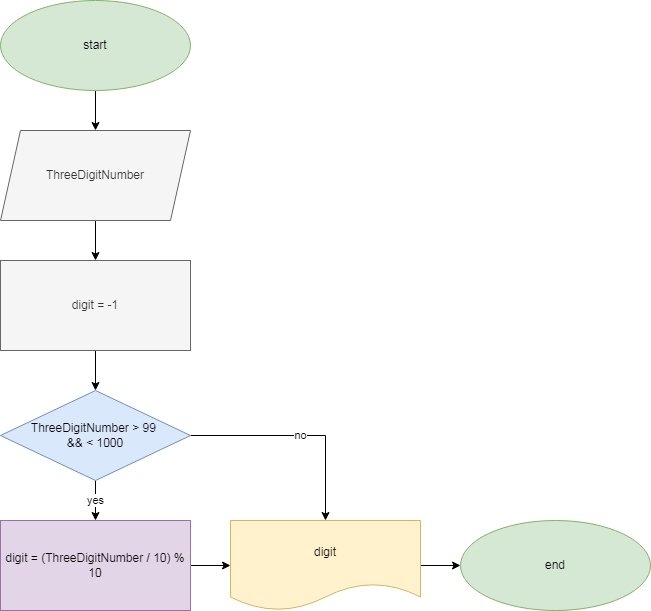
Earlier version of the draw.io export lesson002/Task002_NumberTwo/NumberTwo.drawio.png (JennysVoods/Tasks). Source tidied: cells renumbered, new cells last; positions are measured from the earlier drawing's top-left corner, leaving out a move shared by most shapes. Source of this version:
```xml
<mxGraphModel>
  <root>
    <mxCell id="0" />
    <mxCell id="1" parent="0" />
    <mxCell id="2" style="edgeStyle=orthogonalEdgeStyle;rounded=0;jettySize=auto;html=1;entryX=0.5;entryY=0;entryDx=0;entryDy=0;" parent="1" edge="1" source="3" target="5">
      <mxGeometry relative="1" as="geometry" />
    </mxCell>
    <mxCell id="3" value="start" style="ellipse;whiteSpace=wrap;html=1;fillColor=#d5e8d4;strokeColor=#82b366;" parent="1" vertex="1">
      <mxGeometry width="190" height="90" as="geometry" />
    </mxCell>
    <mxCell id="4" style="edgeStyle=orthogonalEdgeStyle;rounded=0;jettySize=auto;html=1;entryX=0.5;entryY=0;entryDx=0;entryDy=0;" parent="1" edge="1" source="5" target="15">
      <mxGeometry relative="1" as="geometry" />
    </mxCell>
    <mxCell id="5" value="ThreeDigitNumber" style="shape=parallelogram;perimeter=parallelogramPerimeter;whiteSpace=wrap;html=1;fixedSize=1;fillColor=#f5f5f5;fontColor=#333333;strokeColor=#666666;" parent="1" vertex="1">
      <mxGeometry y="130" width="190" height="90" as="geometry" />
    </mxCell>
    <mxCell id="6" value="yes" style="edgeStyle=orthogonalEdgeStyle;rounded=0;jettySize=auto;html=1;" parent="1" edge="1" source="8" target="10">
      <mxGeometry relative="1" as="geometry" />
    </mxCell>
    <mxCell id="7" value="no" style="edgeStyle=orthogonalEdgeStyle;rounded=0;jettySize=auto;html=1;entryX=0.5;entryY=0;entryDx=0;entryDy=0;" parent="1" edge="1" source="8" target="12">
      <mxGeometry relative="1" as="geometry" />
    </mxCell>
    <mxCell id="8" value="ThreeDigitNumber &amp;gt; 99 &lt;br&gt;&amp;amp;&amp;amp; &amp;lt; 1000" style="rhombus;whiteSpace=wrap;html=1;fillColor=#dae8fc;strokeColor=#6c8ebf;" parent="1" vertex="1">
      <mxGeometry y="390" width="190" height="90" as="geometry" />
    </mxCell>
    <mxCell id="9" style="edgeStyle=orthogonalEdgeStyle;rounded=0;jettySize=auto;html=1;" parent="1" edge="1" source="10" target="12">
      <mxGeometry relative="1" as="geometry" />
    </mxCell>
    <mxCell id="10" value="digit = (ThreeDigitNumber / 10) % 10" style="whiteSpace=wrap;html=1;fillColor=#e1d5e7;strokeColor=#9673a6;" parent="1" vertex="1">
      <mxGeometry y="520" width="190" height="90" as="geometry" />
    </mxCell>
    <mxCell id="11" style="edgeStyle=orthogonalEdgeStyle;rounded=0;jettySize=auto;html=1;" parent="1" edge="1" source="12" target="13">
      <mxGeometry relative="1" as="geometry" />
    </mxCell>
    <mxCell id="12" value="digit" style="shape=document;whiteSpace=wrap;html=1;boundedLbl=1;fillColor=#fff2cc;strokeColor=#d6b656;" parent="1" vertex="1">
      <mxGeometry x="230" y="520" width="190" height="90" as="geometry" />
    </mxCell>
    <mxCell id="13" value="end" style="ellipse;whiteSpace=wrap;html=1;fillColor=#d5e8d4;strokeColor=#82b366;" parent="1" vertex="1">
      <mxGeometry x="460" y="520" width="190" height="90" as="geometry" />
    </mxCell>
    <mxCell id="14" style="edgeStyle=orthogonalEdgeStyle;rounded=0;jettySize=auto;html=1;entryX=0.5;entryY=0;entryDx=0;entryDy=0;" parent="1" edge="1" source="15" target="8">
      <mxGeometry relative="1" as="geometry" />
    </mxCell>
    <mxCell id="15" value="digit = -1" style="rounded=0;whiteSpace=wrap;html=1;fillColor=#f5f5f5;fontColor=#333333;strokeColor=#666666;" parent="1" vertex="1">
      <mxGeometry y="260" width="190" height="90" as="geometry" />
    </mxCell>
  </root>
</mxGraphModel>
```
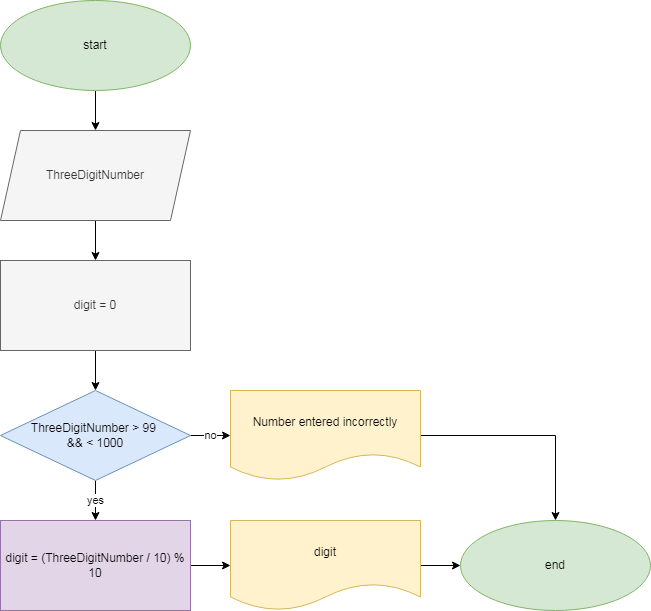
The same file after the commit.

Commit message:
Task 002 Number Two image

What changed in the source:
```diff
@@ -17,7 +17,7 @@
     <mxCell id="6" value="yes" style="edgeStyle=orthogonalEdgeStyle;rounded=0;jettySize=auto;html=1;" parent="1" edge="1" source="8" target="10">
       <mxGeometry relative="1" as="geometry" />
     </mxCell>
-    <mxCell id="7" value="no" style="edgeStyle=orthogonalEdgeStyle;rounded=0;jettySize=auto;html=1;entryX=0.5;entryY=0;entryDx=0;entryDy=0;" parent="1" edge="1" source="8" target="12">
+    <mxCell id="7" value="no" style="edgeStyle=orthogonalEdgeStyle;rounded=0;jettySize=auto;html=1;" parent="1" edge="1" source="8" target="17">
       <mxGeometry relative="1" as="geometry" />
     </mxCell>
     <mxCell id="8" value="ThreeDigitNumber &amp;gt; 99 &lt;br&gt;&amp;amp;&amp;amp; &amp;lt; 1000" style="rhombus;whiteSpace=wrap;html=1;fillColor=#dae8fc;strokeColor=#6c8ebf;" parent="1" vertex="1">
@@ -41,8 +41,14 @@
     <mxCell id="14" style="edgeStyle=orthogonalEdgeStyle;rounded=0;jettySize=auto;html=1;entryX=0.5;entryY=0;entryDx=0;entryDy=0;" parent="1" edge="1" source="15" target="8">
       <mxGeometry relative="1" as="geometry" />
     </mxCell>
-    <mxCell id="15" value="digit = -1" style="rounded=0;whiteSpace=wrap;html=1;fillColor=#f5f5f5;fontColor=#333333;strokeColor=#666666;" parent="1" vertex="1">
+    <mxCell id="15" value="digit = 0" style="rounded=0;whiteSpace=wrap;html=1;fillColor=#f5f5f5;fontColor=#333333;strokeColor=#666666;" parent="1" vertex="1">
       <mxGeometry y="260" width="190" height="90" as="geometry" />
     </mxCell>
+    <mxCell id="16" style="edgeStyle=orthogonalEdgeStyle;rounded=0;jettySize=auto;html=1;entryX=0.5;entryY=0;entryDx=0;entryDy=0;" parent="1" edge="1" source="17" target="13">
+      <mxGeometry relative="1" as="geometry" />
+    </mxCell>
+    <mxCell id="17" value="Number entered incorrectly" style="shape=document;whiteSpace=wrap;html=1;boundedLbl=1;fillColor=#fff2cc;strokeColor=#d6b656;" parent="1" vertex="1">
+      <mxGeometry x="230" y="390" width="190" height="90" as="geometry" />
+    </mxCell>
   </root>
 </mxGraphModel>
```
